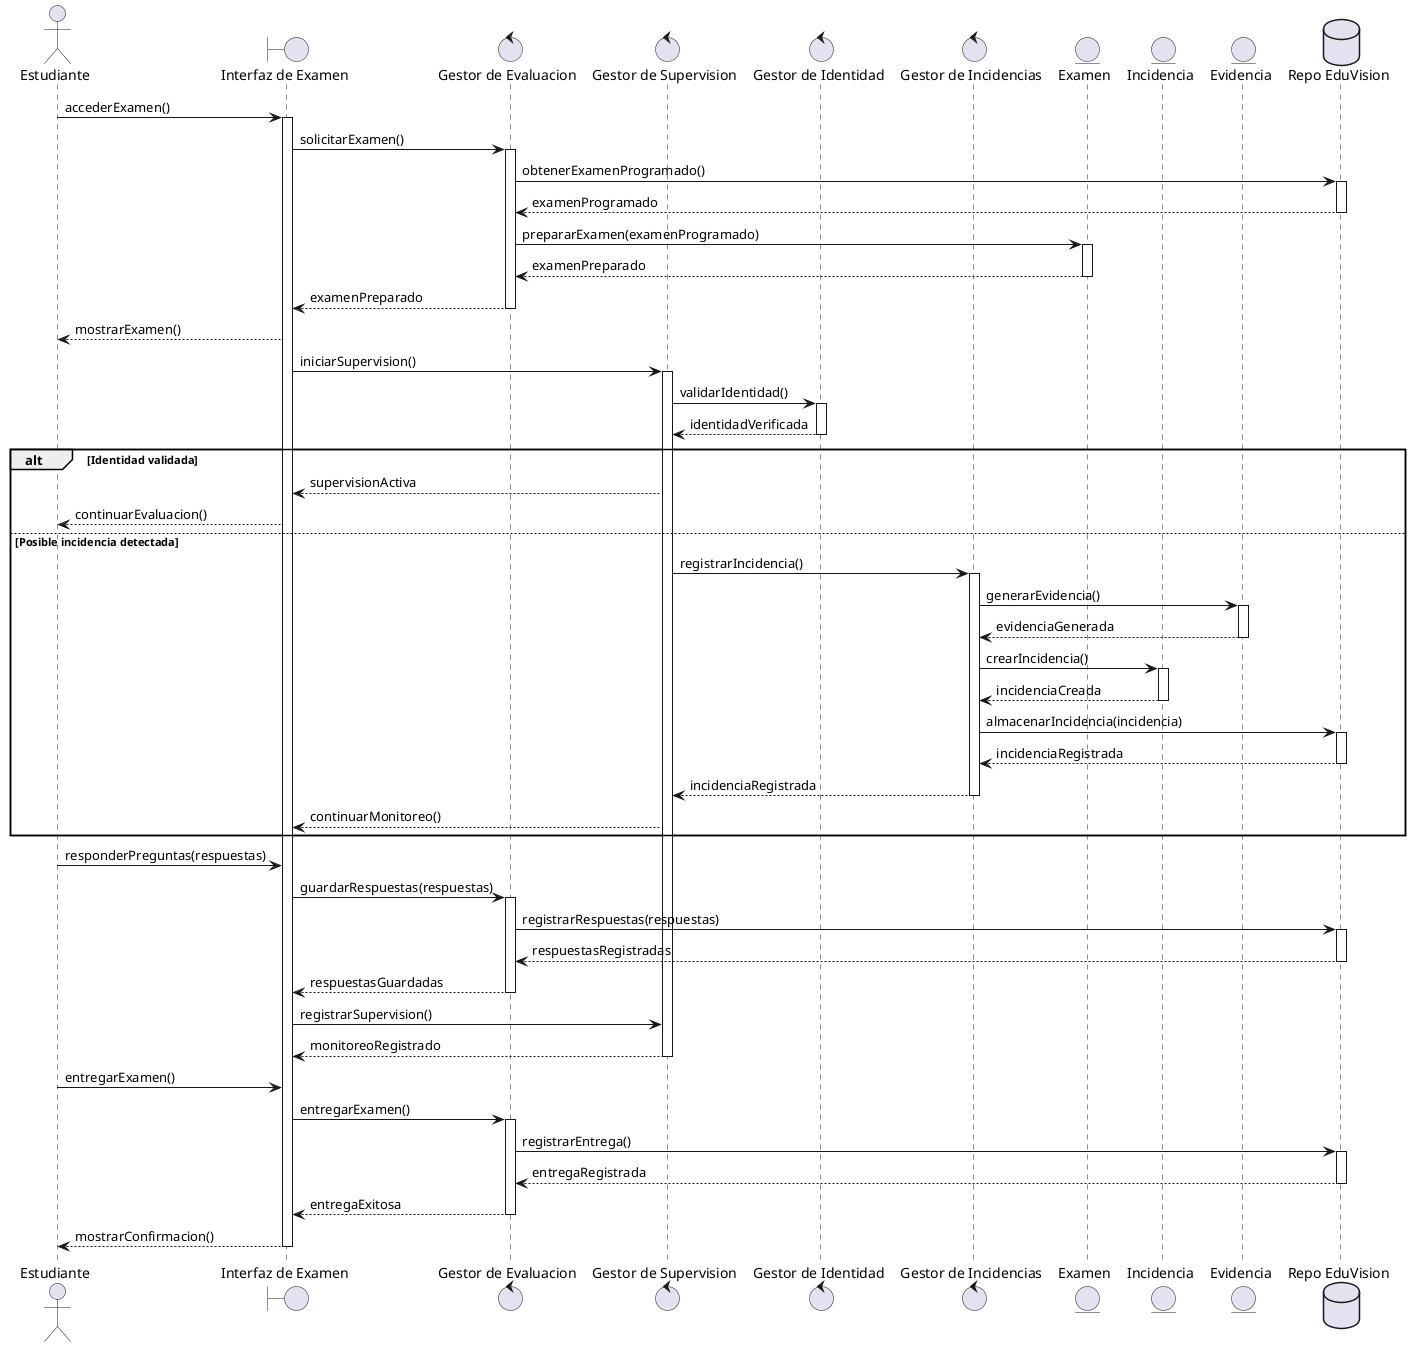
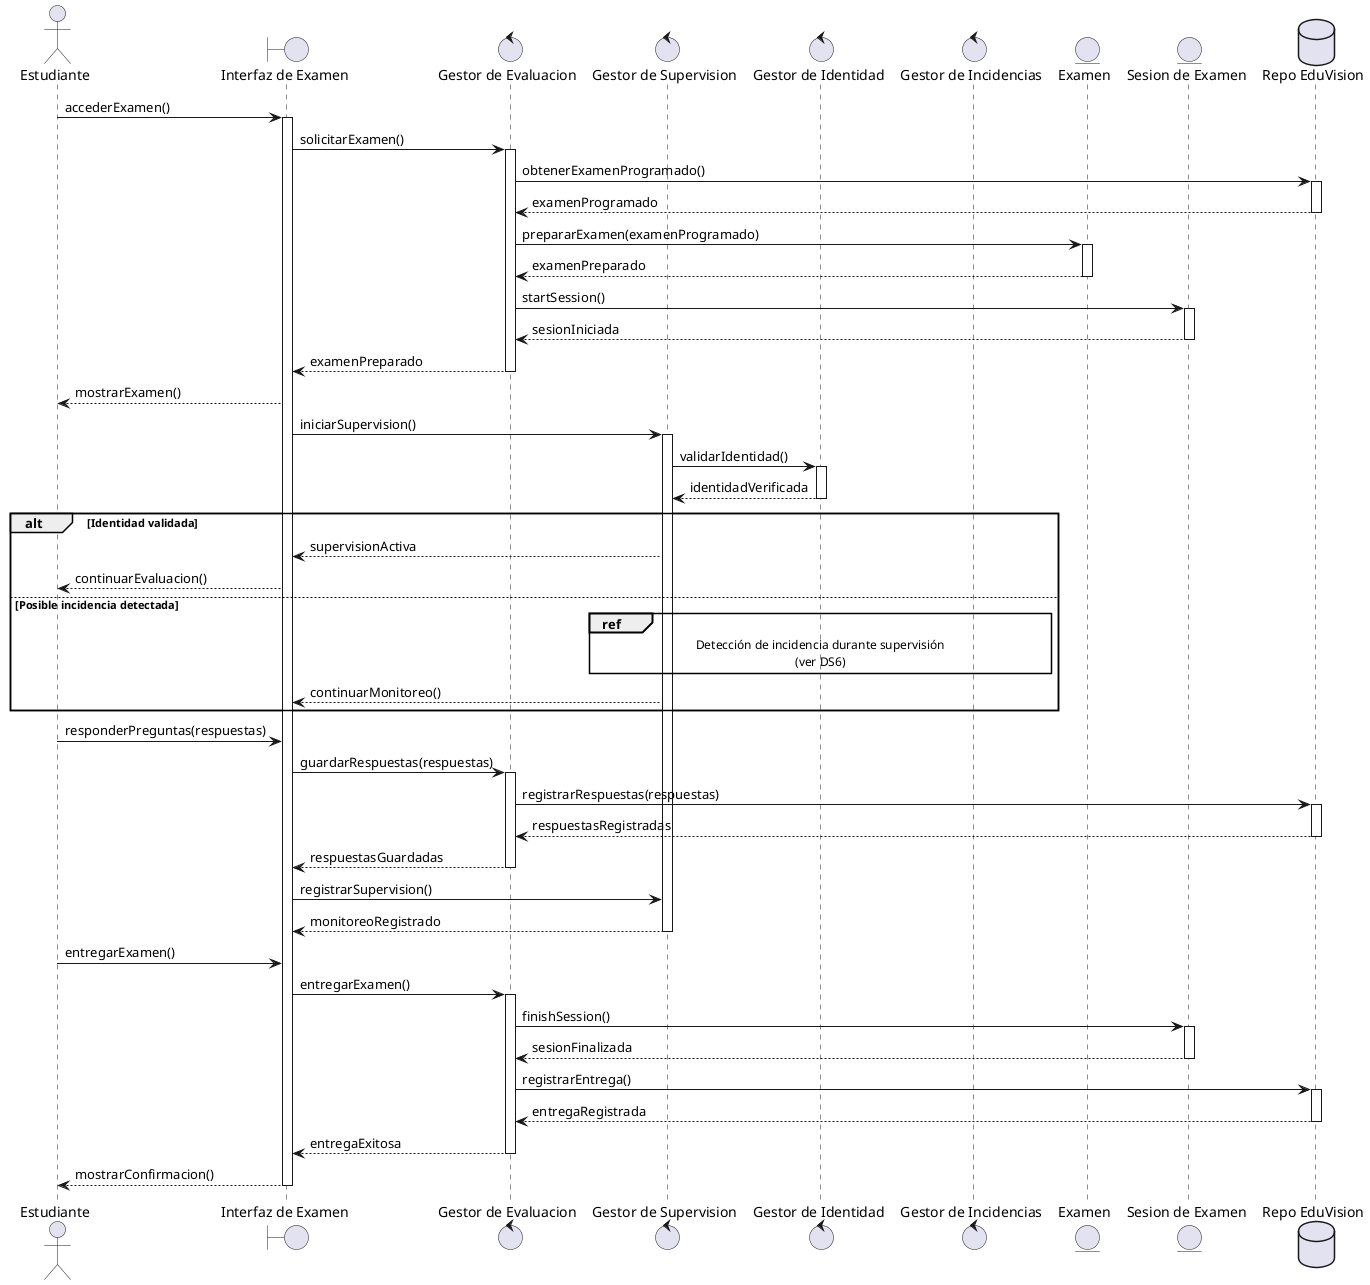
@startuml "Rendir examen supervisado"

actor "Estudiante" as Estudiante
boundary "Interfaz de Examen" as UI
control "Gestor de Evaluacion" as EvaluationManager
control "Gestor de Supervision" as SupervisionManager
control "Gestor de Identidad" as IdentityManager
control "Gestor de Incidencias" as IncidentManager
entity "Examen" as Exam
- entity "Incidencia" as Incident
- entity "Evidencia" as Evidence
+ entity "Sesion de Examen" as ExamSession
database "Repo EduVision" as Database

Estudiante -> UI : accederExamen()
activate UI

UI -> EvaluationManager : solicitarExamen()
activate EvaluationManager

EvaluationManager -> Database : obtenerExamenProgramado()
activate Database
Database --> EvaluationManager : examenProgramado
deactivate Database

EvaluationManager -> Exam : prepararExamen(examenProgramado)
activate Exam
Exam --> EvaluationManager : examenPreparado
deactivate Exam

+ EvaluationManager -> ExamSession : startSession()
+ activate ExamSession
+ ExamSession --> EvaluationManager : sesionIniciada
+ deactivate ExamSession
+ 
EvaluationManager --> UI : examenPreparado
deactivate EvaluationManager

UI --> Estudiante : mostrarExamen()

UI -> SupervisionManager : iniciarSupervision()
activate SupervisionManager

SupervisionManager -> IdentityManager : validarIdentidad()
activate IdentityManager
IdentityManager --> SupervisionManager : identidadVerificada
deactivate IdentityManager

alt Identidad validada
  SupervisionManager --> UI : supervisionActiva
  UI --> Estudiante : continuarEvaluacion()
else Posible incidencia detectada
-   SupervisionManager -> IncidentManager : registrarIncidencia()
-   activate IncidentManager
- 
-   IncidentManager -> Evidence : generarEvidencia()
-   activate Evidence
-   Evidence --> IncidentManager : evidenciaGenerada
-   deactivate Evidence
- 
-   IncidentManager -> Incident : crearIncidencia()
-   activate Incident
-   Incident --> IncidentManager : incidenciaCreada
-   deactivate Incident
- 
-   IncidentManager -> Database : almacenarIncidencia(incidencia)
-   activate Database
-   Database --> IncidentManager : incidenciaRegistrada
-   deactivate Database
- 
-   IncidentManager --> SupervisionManager : incidenciaRegistrada
-   deactivate IncidentManager
+   ref over SupervisionManager, IncidentManager : Detección de incidencia durante supervisión\n(ver DS6)

  SupervisionManager --> UI : continuarMonitoreo()
end

Estudiante -> UI : responderPreguntas(respuestas)

UI -> EvaluationManager : guardarRespuestas(respuestas)
activate EvaluationManager

EvaluationManager -> Database : registrarRespuestas(respuestas)
activate Database
Database --> EvaluationManager : respuestasRegistradas
deactivate Database

EvaluationManager --> UI : respuestasGuardadas
deactivate EvaluationManager

UI -> SupervisionManager : registrarSupervision()
SupervisionManager --> UI : monitoreoRegistrado
deactivate SupervisionManager

Estudiante -> UI : entregarExamen()

UI -> EvaluationManager : entregarExamen()
activate EvaluationManager

+ EvaluationManager -> ExamSession : finishSession()
+ activate ExamSession
+ ExamSession --> EvaluationManager : sesionFinalizada
+ deactivate ExamSession
+ 
EvaluationManager -> Database : registrarEntrega()
activate Database
Database --> EvaluationManager : entregaRegistrada
deactivate Database

EvaluationManager --> UI : entregaExitosa
deactivate EvaluationManager

UI --> Estudiante : mostrarConfirmacion()
deactivate UI

@enduml
